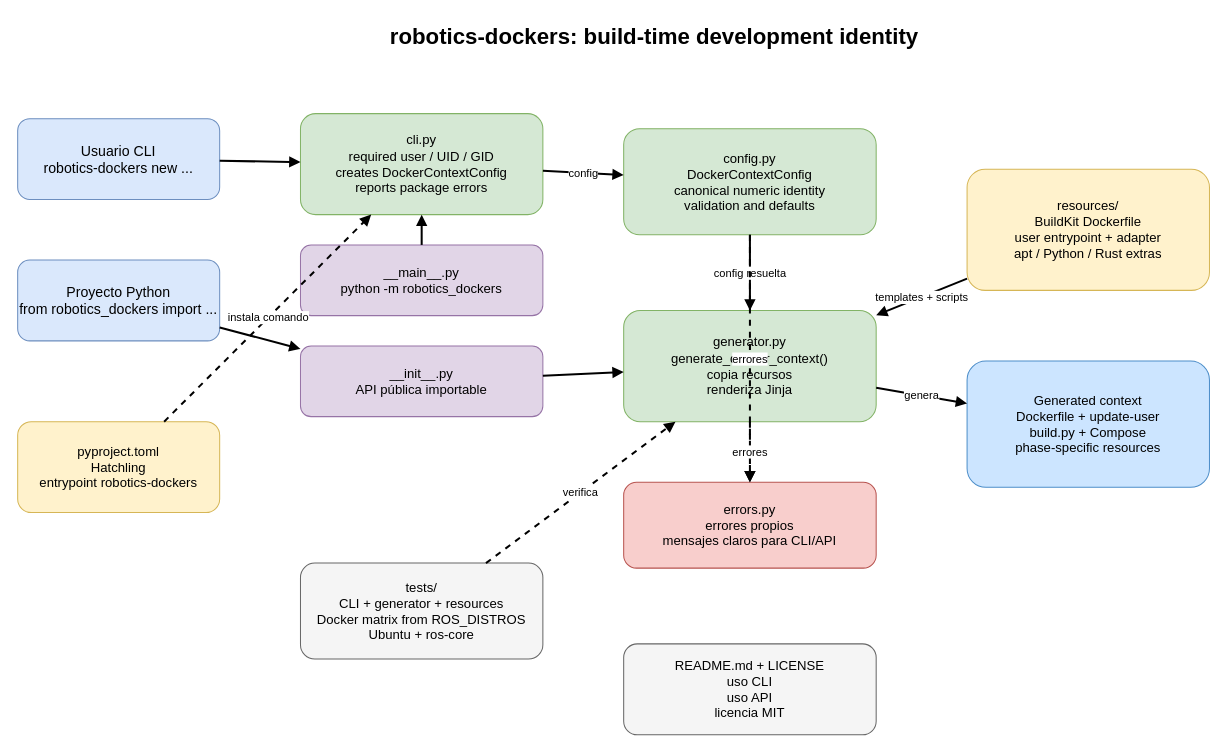
The draw.io diagram docs/refactor-architecture.drawio in jfrascon/robotics_dockers, before the edit. Source tidied: cells renumbered, new cells numbered last; positions are measured from the earlier drawing's top-left corner, leaving out a move shared by most shapes. Both pictures are drawn from the tidied source at 101%, with x=0, y=0 at pixel (17, 17).
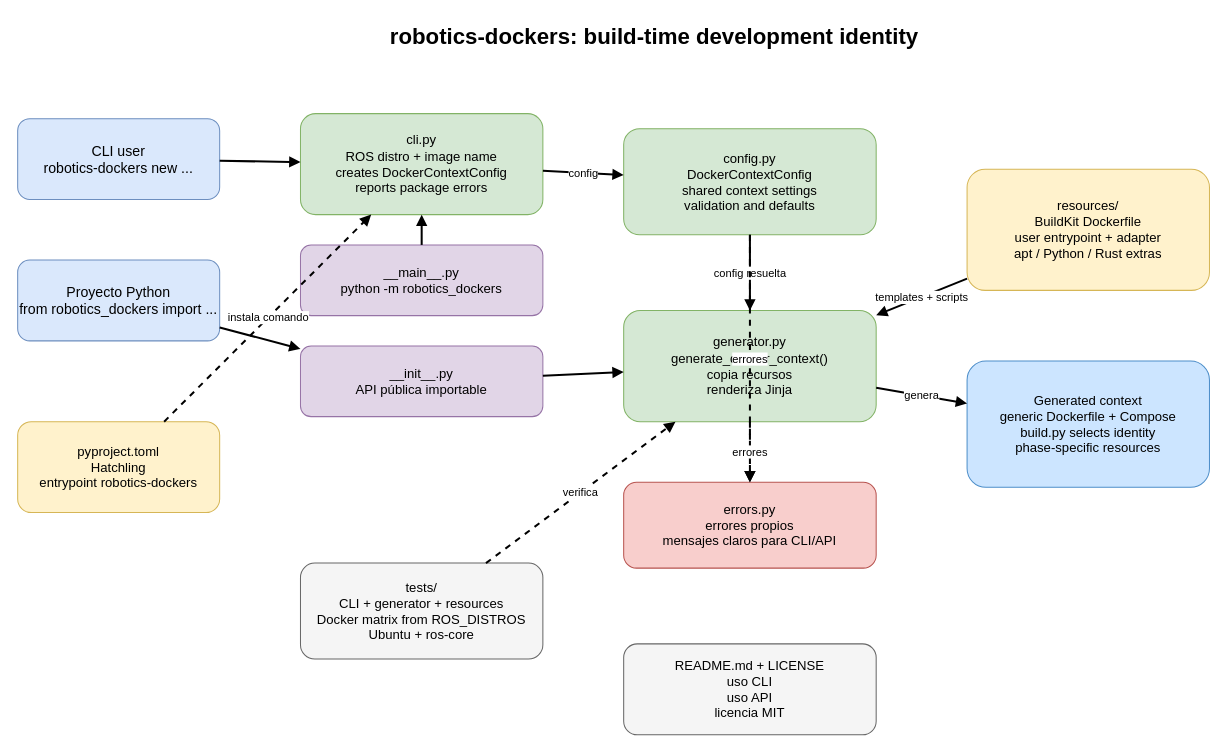
Above is the later version.

Change to the diagram source:
```diff
@@
-    <mxCell id="3" value="Usuario CLI&#10;robotics-dockers new ..." style="rounded=1;whiteSpace=wrap;html=1;fillColor=#dae8fc;strokeColor=#6c8ebf;fontSize=14;" parent="1" vertex="1">
+    <mxCell id="3" value="CLI user&#10;robotics-dockers new ..." style="rounded=1;whiteSpace=wrap;html=1;fillColor=#dae8fc;strokeColor=#6c8ebf;fontSize=14;" parent="1" vertex="1">
       <mxGeometry y="100" width="200" height="80" as="geometry" />
     </mxCell>
@@
-    <mxCell id="6" value="cli.py&#10;required user / UID / GID&#10;creates DockerContextConfig&#10;reports package errors" style="rounded=1;whiteSpace=wrap;html=1;fillColor=#d5e8d4;strokeColor=#82b366;fontSize=13;" parent="1" vertex="1">
+    <mxCell id="6" value="cli.py&#10;ROS distro + image name&#10;creates DockerContextConfig&#10;reports package errors" style="rounded=1;whiteSpace=wrap;html=1;fillColor=#d5e8d4;strokeColor=#82b366;fontSize=13;" parent="1" vertex="1">
       <mxGeometry x="280" y="95" width="240" height="100" as="geometry" />
     </mxCell>
@@
-    <mxCell id="9" value="config.py&#10;DockerContextConfig&#10;canonical numeric identity&#10;validation and defaults" style="rounded=1;whiteSpace=wrap;html=1;fillColor=#d5e8d4;strokeColor=#82b366;fontSize=13;" parent="1" vertex="1">
+    <mxCell id="9" value="config.py&#10;DockerContextConfig&#10;shared context settings&#10;validation and defaults" style="rounded=1;whiteSpace=wrap;html=1;fillColor=#d5e8d4;strokeColor=#82b366;fontSize=13;" parent="1" vertex="1">
       <mxGeometry x="600" y="110" width="250" height="105" as="geometry" />
     </mxCell>
@@
-    <mxCell id="13" value="Generated context&#10;Dockerfile + update-user&#10;build.py + Compose&#10;phase-specific resources" style="rounded=1;whiteSpace=wrap;html=1;fillColor=#cce5ff;strokeColor=#4d8ec9;fontSize=13;" parent="1" vertex="1">
+    <mxCell id="13" value="Generated context&#10;generic Dockerfile + Compose&#10;build.py selects identity&#10;phase-specific resources" style="rounded=1;whiteSpace=wrap;html=1;fillColor=#cce5ff;strokeColor=#4d8ec9;fontSize=13;" parent="1" vertex="1">
       <mxGeometry x="940" y="340" width="240" height="125" as="geometry" />
     </mxCell>
```
